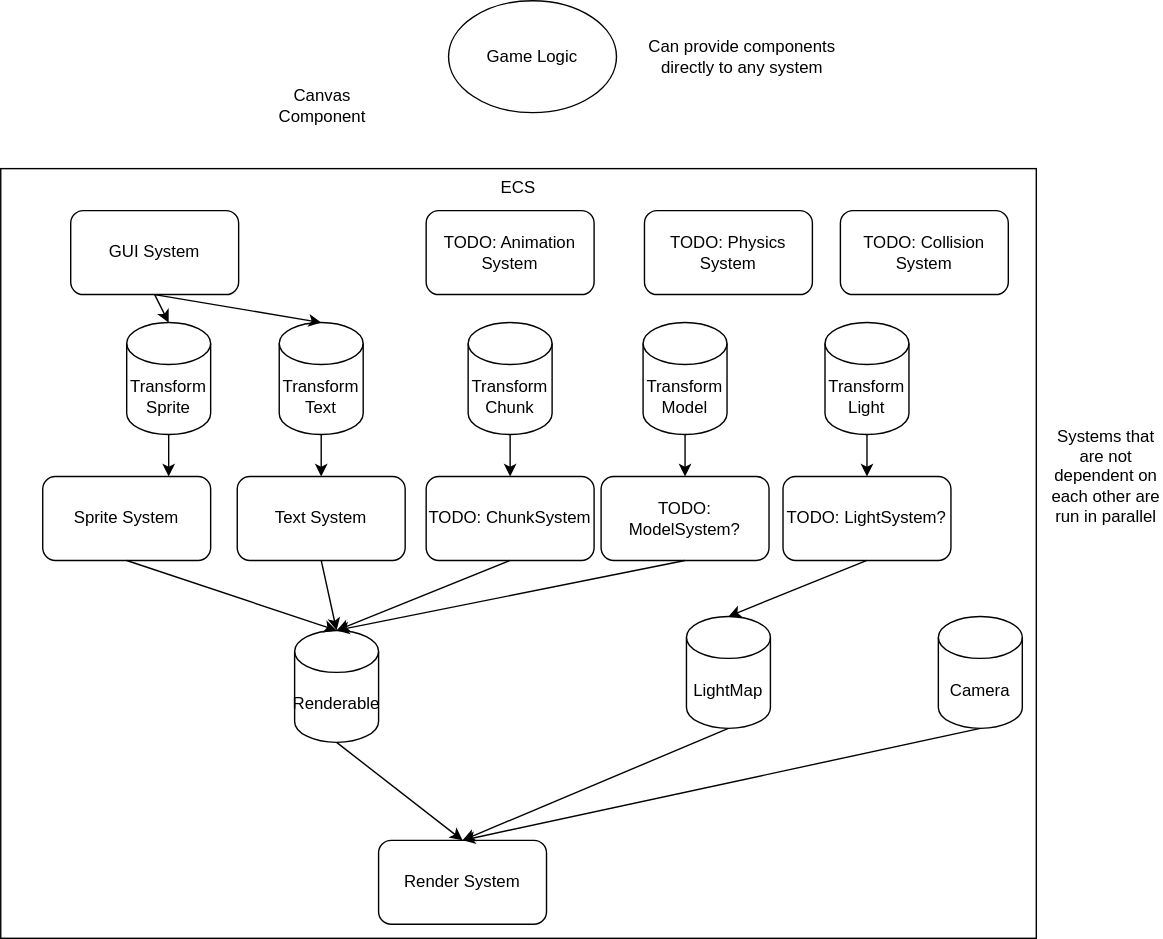
This is design/system-flow.drawio.svg from zrmyers/SimulationGame, a draw.io export, as it was before one commit. Source tidied: cells renumbered, new cells last; positions are measured from the earlier drawing's top-left corner, leaving out a move shared by most shapes.
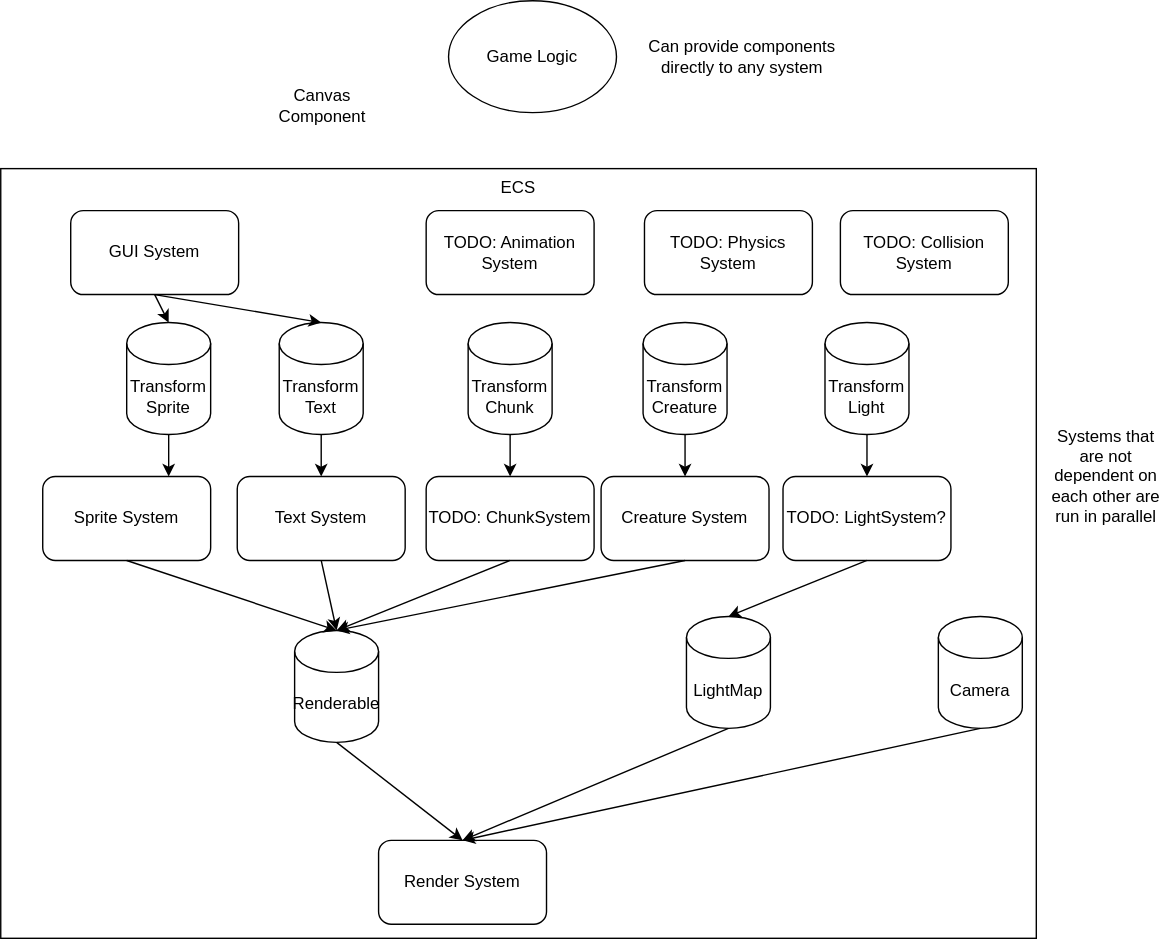
The same diagram one commit later.

The edit, as a diff of the source:
```diff
@@ -67,7 +67,7 @@
     <mxCell id="22" value="TODO: ChunkSystem" style="rounded=1;whiteSpace=wrap;html=1;" parent="1" vertex="1">
       <mxGeometry x="304" y="340" width="120" height="60" as="geometry" />
     </mxCell>
-    <mxCell id="23" value="TODO: ModelSystem?" style="rounded=1;whiteSpace=wrap;html=1;" parent="1" vertex="1">
+    <mxCell id="23" value="Creature System" style="rounded=1;whiteSpace=wrap;html=1;" parent="1" vertex="1">
       <mxGeometry x="429" y="340" width="120" height="60" as="geometry" />
     </mxCell>
     <mxCell id="24" value="LightMap" style="shape=cylinder3;whiteSpace=wrap;html=1;boundedLbl=1;backgroundOutline=1;size=15;" parent="1" vertex="1">
@@ -97,7 +97,7 @@
     <mxCell id="32" style="edgeStyle=none;html=1;exitX=0.5;exitY=1;exitDx=0;exitDy=0;exitPerimeter=0;entryX=0.5;entryY=0;entryDx=0;entryDy=0;" parent="1" edge="1" source="33" target="23">
       <mxGeometry relative="1" as="geometry" />
     </mxCell>
-    <mxCell id="33" value="&lt;div&gt;Transform&lt;/div&gt;Model" style="shape=cylinder3;whiteSpace=wrap;html=1;boundedLbl=1;backgroundOutline=1;size=15;" parent="1" vertex="1">
+    <mxCell id="33" value="&lt;div&gt;Transform&lt;/div&gt;Creature" style="shape=cylinder3;whiteSpace=wrap;html=1;boundedLbl=1;backgroundOutline=1;size=15;" parent="1" vertex="1">
       <mxGeometry x="459" y="230" width="60" height="80" as="geometry" />
     </mxCell>
     <mxCell id="34" style="edgeStyle=none;html=1;exitX=0.5;exitY=1;exitDx=0;exitDy=0;exitPerimeter=0;entryX=0.5;entryY=0;entryDx=0;entryDy=0;" parent="1" edge="1" source="35" target="26">
```
